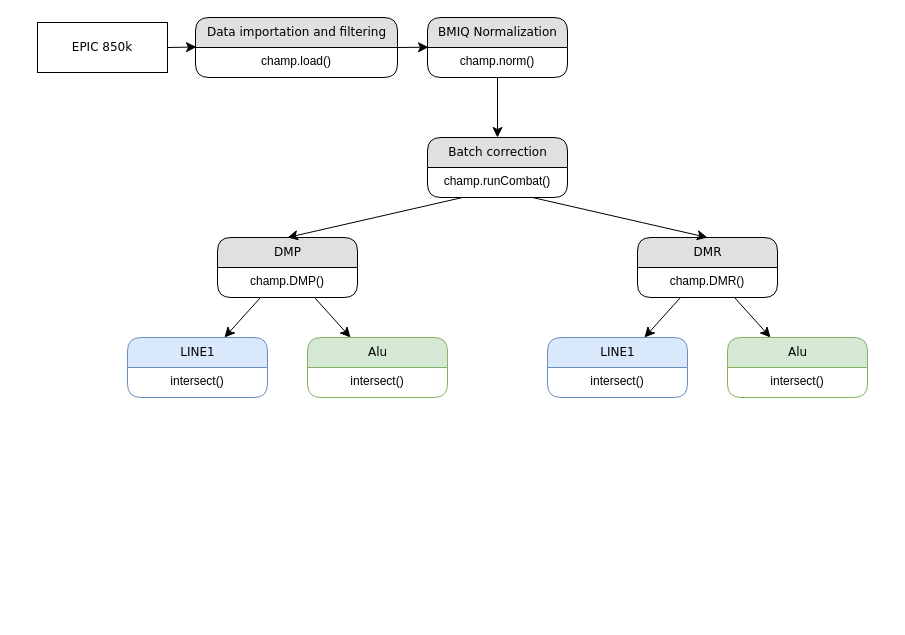
Earlier version of the draw.io diagram 未命名绘图.drawio (mwLuan/image_storage). Source tidied: cells renumbered, new cells numbered last; positions are measured from the earlier drawing's top-left corner, leaving out a move shared by most shapes. Both pictures are drawn from the tidied source at 100%, with x=0, y=0 at pixel (37, 17).
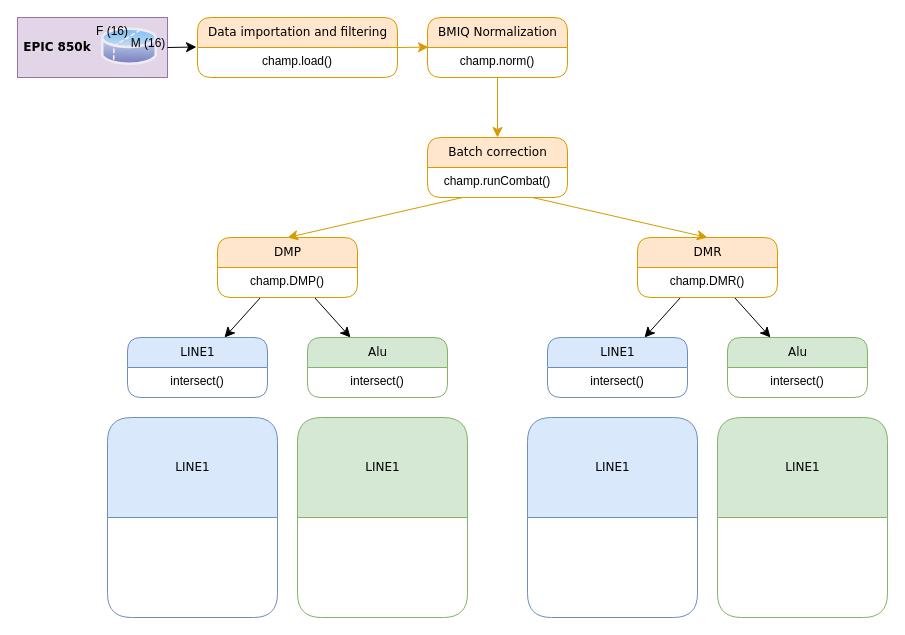
After the change.

Commit message:
更新未命名绘图.drawio

The change refers to these unchanged cells:
```xml
<mxCell id="10" value="LINE1" style="swimlane;html=1;fontStyle=0;horizontal=1;startSize=30;fillColor=#dae8fc;swimlaneFillColor=#ffffff;align=center;rounded=1;shadow=0;comic=0;labelBackgroundColor=none;strokeWidth=1;fontFamily=Verdana;fontSize=12;strokeColor=#6c8ebf;" parent="1" vertex="1">
  <mxGeometry x="90" y="320" width="140" height="60" as="geometry" />
</mxCell>
<mxCell id="16" value="Alu" style="swimlane;html=1;fontStyle=0;horizontal=1;startSize=30;fillColor=#d5e8d4;swimlaneFillColor=#ffffff;align=center;rounded=1;shadow=0;comic=0;labelBackgroundColor=none;strokeWidth=1;fontFamily=Verdana;fontSize=12;strokeColor=#82b366;" parent="1" vertex="1">
  <mxGeometry x="270" y="320" width="140" height="60" as="geometry" />
</mxCell>
<mxCell id="21" value="LINE1" style="swimlane;html=1;fontStyle=0;horizontal=1;startSize=30;fillColor=#dae8fc;swimlaneFillColor=#ffffff;align=center;rounded=1;shadow=0;comic=0;labelBackgroundColor=none;strokeWidth=1;fontFamily=Verdana;fontSize=12;strokeColor=#6c8ebf;" parent="1" vertex="1">
  <mxGeometry x="510" y="320" width="140" height="60" as="geometry" />
</mxCell>
<mxCell id="27" value="Alu" style="swimlane;html=1;fontStyle=0;horizontal=1;startSize=30;fillColor=#d5e8d4;swimlaneFillColor=#ffffff;align=center;rounded=1;shadow=0;comic=0;labelBackgroundColor=none;strokeWidth=1;fontFamily=Verdana;fontSize=12;strokeColor=#82b366;" parent="1" vertex="1">
  <mxGeometry x="690" y="320" width="140" height="60" as="geometry" />
</mxCell>
```

What changed in the source:
```diff
@@
-    <mxCell id="2" value="EPIC 850k" style="whiteSpace=wrap;html=1;rounded=0;shadow=0;comic=0;labelBackgroundColor=none;strokeWidth=1;fontFamily=Verdana;fontSize=12;align=center;" parent="1" vertex="1">
-      <mxGeometry y="5" width="130" height="50" as="geometry" />
+    <mxCell id="2" value="&lt;b&gt;&amp;nbsp;EPIC 850k&lt;/b&gt;" style="whiteSpace=wrap;html=1;rounded=0;shadow=0;comic=0;labelBackgroundColor=none;strokeWidth=1;fontFamily=Verdana;fontSize=12;align=left;fillColor=#e1d5e7;strokeColor=#9673a6;" parent="1" vertex="1">
+      <mxGeometry x="-20" width="150" height="60" as="geometry" />
     </mxCell>
-    <mxCell id="3" value="Data importation and filtering" style="swimlane;html=1;fontStyle=0;horizontal=1;startSize=30;fillColor=#e0e0e0;swimlaneFillColor=#ffffff;align=center;rounded=1;shadow=0;comic=0;labelBackgroundColor=none;strokeWidth=1;fontFamily=Verdana;fontSize=12;" parent="1" vertex="1">
-      <mxGeometry x="158" width="202" height="60" as="geometry" />
+    <mxCell id="3" value="Data importation and filtering" style="swimlane;html=1;fontStyle=0;horizontal=1;startSize=30;fillColor=#ffe6cc;swimlaneFillColor=#ffffff;align=center;rounded=1;shadow=0;comic=0;labelBackgroundColor=none;strokeWidth=1;fontFamily=Verdana;fontSize=12;strokeColor=#d79b00;" parent="1" vertex="1">
+      <mxGeometry x="160" width="200" height="60" as="geometry" />
     </mxCell>
-    <mxCell id="4" value="champ.load()" style="text;html=1;strokeColor=none;fillColor=none;spacingLeft=4;spacingRight=4;whiteSpace=wrap;overflow=hidden;align=center;" parent="3" vertex="1">
-      <mxGeometry y="30" width="202" height="28" as="geometry" />
+    <mxCell id="4" value="champ.load()" style="text;html=1;spacingLeft=4;spacingRight=4;whiteSpace=wrap;overflow=hidden;align=center;rounded=1;" parent="3" vertex="1">
+      <mxGeometry y="30" width="200" height="30" as="geometry" />
     </mxCell>
-    <mxCell id="5" style="edgeStyle=none;html=1;labelBackgroundColor=none;startFill=0;startSize=8;endFill=1;endSize=8;fontFamily=Verdana;fontSize=12;exitX=0.5;exitY=1;exitDx=0;exitDy=0;entryX=0.5;entryY=0;entryDx=0;entryDy=0;" parent="1" edge="1" source="6" target="8">
+    <mxCell id="5" style="edgeStyle=none;html=1;labelBackgroundColor=none;startFill=0;startSize=8;endFill=1;endSize=8;fontFamily=Verdana;fontSize=12;exitX=0.5;exitY=1;exitDx=0;exitDy=0;entryX=0.5;entryY=0;entryDx=0;entryDy=0;fillColor=#ffe6cc;strokeColor=#d79b00;" parent="1" edge="1" source="6" target="8">
       <mxGeometry relative="1" as="geometry" />
     </mxCell>
-    <mxCell id="6" value="BMIQ Normalization" style="swimlane;html=1;fontStyle=0;horizontal=1;startSize=30;fillColor=#e0e0e0;swimlaneFillColor=#ffffff;align=center;rounded=1;shadow=0;comic=0;labelBackgroundColor=none;strokeWidth=1;fontFamily=Verdana;fontSize=12;" parent="1" vertex="1">
+    <mxCell id="6" value="BMIQ Normalization" style="swimlane;html=1;fontStyle=0;horizontal=1;startSize=30;fillColor=#ffe6cc;swimlaneFillColor=#ffffff;align=center;rounded=1;shadow=0;comic=0;labelBackgroundColor=none;strokeWidth=1;fontFamily=Verdana;fontSize=12;strokeColor=#d79b00;" parent="1" vertex="1">
       <mxGeometry x="390" width="140" height="60" as="geometry" />
     </mxCell>
-    <mxCell id="7" value="champ.norm()" style="text;html=1;strokeColor=none;fillColor=none;spacingLeft=4;spacingRight=4;whiteSpace=wrap;overflow=hidden;points=[[0,0.5],[1,0.5]];portConstraint=eastwest;align=center;" parent="6" vertex="1">
-      <mxGeometry y="30" width="140" height="26" as="geometry" />
+    <mxCell id="7" value="champ.norm()" style="text;html=1;spacingLeft=4;spacingRight=4;whiteSpace=wrap;overflow=hidden;points=[[0,0.5],[1,0.5]];portConstraint=eastwest;align=center;rounded=1;" parent="6" vertex="1">
+      <mxGeometry y="30" width="140" height="30" as="geometry" />
     </mxCell>
-    <mxCell id="8" value="Batch correction" style="swimlane;html=1;fontStyle=0;horizontal=1;startSize=30;fillColor=#e0e0e0;swimlaneFillColor=#ffffff;align=center;rounded=1;shadow=0;comic=0;labelBackgroundColor=none;strokeWidth=1;fontFamily=Verdana;fontSize=12;" parent="1" vertex="1">
+    <mxCell id="8" value="Batch correction" style="swimlane;html=1;fontStyle=0;horizontal=1;startSize=30;fillColor=#ffe6cc;swimlaneFillColor=#ffffff;align=center;rounded=1;shadow=0;comic=0;labelBackgroundColor=none;strokeWidth=1;fontFamily=Verdana;fontSize=12;strokeColor=#d79b00;" parent="1" vertex="1">
       <mxGeometry x="390" y="120" width="140" height="60" as="geometry" />
     </mxCell>
-    <mxCell id="9" value="champ.runCombat()" style="text;html=1;strokeColor=none;fillColor=none;spacingLeft=4;spacingRight=4;whiteSpace=wrap;overflow=hidden;align=center;" parent="8" vertex="1">
-      <mxGeometry y="30" width="140" height="26" as="geometry" />
+    <mxCell id="9" value="champ.runCombat()" style="text;html=1;spacingLeft=4;spacingRight=4;whiteSpace=wrap;overflow=hidden;align=center;rounded=1;" parent="8" vertex="1">
+      <mxGeometry y="30" width="140" height="30" as="geometry" />
     </mxCell>
@@
     <mxCell id="11" value="intersect()" style="text;html=1;strokeColor=none;fillColor=none;spacingLeft=4;spacingRight=4;whiteSpace=wrap;overflow=hidden;align=center;" parent="10" vertex="1">
-      <mxGeometry y="30" width="140" height="26" as="geometry" />
+      <mxGeometry y="30" width="140" height="30" as="geometry" />
     </mxCell>
@@
-    <mxCell id="14" value="DMP" style="swimlane;html=1;fontStyle=0;horizontal=1;startSize=30;fillColor=#e0e0e0;swimlaneFillColor=#ffffff;align=center;rounded=1;shadow=0;comic=0;labelBackgroundColor=none;strokeWidth=1;fontFamily=Verdana;fontSize=12;" parent="1" vertex="1">
+    <mxCell id="14" value="DMP" style="swimlane;html=1;fontStyle=0;horizontal=1;startSize=30;fillColor=#ffe6cc;swimlaneFillColor=#ffffff;align=center;rounded=1;shadow=0;comic=0;labelBackgroundColor=none;strokeWidth=1;fontFamily=Verdana;fontSize=12;strokeColor=#d79b00;" parent="1" vertex="1">
       <mxGeometry x="180" y="220" width="140" height="60" as="geometry" />
     </mxCell>
-    <mxCell id="15" value="champ.DMP()" style="text;html=1;strokeColor=none;fillColor=none;spacingLeft=4;spacingRight=4;whiteSpace=wrap;overflow=hidden;align=center;" parent="14" vertex="1">
-      <mxGeometry y="30" width="140" height="26" as="geometry" />
+    <mxCell id="15" value="champ.DMP()" style="text;html=1;spacingLeft=4;spacingRight=4;whiteSpace=wrap;overflow=hidden;align=center;rounded=1;" parent="14" vertex="1">
+      <mxGeometry y="30" width="140" height="30" as="geometry" />
     </mxCell>
@@
     <mxCell id="17" value="intersect()" style="text;html=1;strokeColor=none;fillColor=none;spacingLeft=4;spacingRight=4;whiteSpace=wrap;overflow=hidden;align=center;" parent="16" vertex="1">
-      <mxGeometry y="30" width="140" height="26" as="geometry" />
+      <mxGeometry y="30" width="140" height="30" as="geometry" />
     </mxCell>
-    <mxCell id="18" style="edgeStyle=none;html=1;labelBackgroundColor=none;startFill=0;startSize=8;endFill=1;endSize=8;fontFamily=Verdana;fontSize=12;exitX=0.25;exitY=1;exitDx=0;exitDy=0;entryX=0.5;entryY=0;entryDx=0;entryDy=0;" parent="1" edge="1" source="8" target="14">
+    <mxCell id="18" style="edgeStyle=none;html=1;labelBackgroundColor=none;startFill=0;startSize=8;endFill=1;endSize=8;fontFamily=Verdana;fontSize=12;exitX=0.25;exitY=1;exitDx=0;exitDy=0;entryX=0.5;entryY=0;entryDx=0;entryDy=0;fillColor=#ffe6cc;strokeColor=#d79b00;" parent="1" edge="1" source="8" target="14">
       <mxGeometry relative="1" as="geometry" />
     </mxCell>
-    <mxCell id="19" style="edgeStyle=none;html=1;labelBackgroundColor=none;startFill=0;startSize=8;endFill=1;endSize=8;fontFamily=Verdana;fontSize=12;entryX=0.007;entryY=-0.012;entryDx=0;entryDy=0;entryPerimeter=0;" parent="1" edge="1" target="7">
+    <mxCell id="19" style="edgeStyle=none;html=1;labelBackgroundColor=none;startFill=0;startSize=8;endFill=1;endSize=8;fontFamily=Verdana;fontSize=12;entryX=0.007;entryY=-0.012;entryDx=0;entryDy=0;entryPerimeter=0;fillColor=#ffe6cc;strokeColor=#d79b00;" parent="1" edge="1" target="7">
       <mxGeometry relative="1" as="geometry">
         <mxPoint x="360" y="30" as="sourcePoint" />
       </mxGeometry>
     </mxCell>
@@
     <mxCell id="22" value="intersect()" style="text;html=1;strokeColor=none;fillColor=none;spacingLeft=4;spacingRight=4;whiteSpace=wrap;overflow=hidden;align=center;" parent="21" vertex="1">
-      <mxGeometry y="30" width="140" height="26" as="geometry" />
+      <mxGeometry y="30" width="140" height="30" as="geometry" />
     </mxCell>
@@
-    <mxCell id="25" value="DMR" style="swimlane;html=1;fontStyle=0;horizontal=1;startSize=30;fillColor=#e0e0e0;swimlaneFillColor=#ffffff;align=center;rounded=1;shadow=0;comic=0;labelBackgroundColor=none;strokeWidth=1;fontFamily=Verdana;fontSize=12;" parent="1" vertex="1">
+    <mxCell id="25" value="DMR" style="swimlane;html=1;fontStyle=0;horizontal=1;startSize=30;fillColor=#ffe6cc;swimlaneFillColor=#ffffff;align=center;rounded=1;shadow=0;comic=0;labelBackgroundColor=none;strokeWidth=1;fontFamily=Verdana;fontSize=12;strokeColor=#d79b00;" parent="1" vertex="1">
       <mxGeometry x="600" y="220" width="140" height="60" as="geometry" />
     </mxCell>
-    <mxCell id="26" value="champ.DMR()" style="text;html=1;strokeColor=none;fillColor=none;spacingLeft=4;spacingRight=4;whiteSpace=wrap;overflow=hidden;align=center;" parent="25" vertex="1">
-      <mxGeometry y="30" width="140" height="26" as="geometry" />
+    <mxCell id="26" value="champ.DMR()" style="text;html=1;spacingLeft=4;spacingRight=4;whiteSpace=wrap;overflow=hidden;align=center;rounded=1;" parent="25" vertex="1">
+      <mxGeometry y="30" width="140" height="30" as="geometry" />
     </mxCell>
@@
     <mxCell id="28" value="intersect()" style="text;html=1;strokeColor=none;fillColor=none;spacingLeft=4;spacingRight=4;whiteSpace=wrap;overflow=hidden;align=center;" parent="27" vertex="1">
-      <mxGeometry y="30" width="140" height="26" as="geometry" />
+      <mxGeometry y="30" width="140" height="30" as="geometry" />
     </mxCell>
-    <mxCell id="29" style="edgeStyle=none;html=1;labelBackgroundColor=none;startFill=0;startSize=8;endFill=1;endSize=8;fontFamily=Verdana;fontSize=12;entryX=0.5;entryY=0;entryDx=0;entryDy=0;exitX=0.75;exitY=1;exitDx=0;exitDy=0;" parent="1" edge="1" source="8" target="25">
+    <mxCell id="29" style="edgeStyle=none;html=1;labelBackgroundColor=none;startFill=0;startSize=8;endFill=1;endSize=8;fontFamily=Verdana;fontSize=12;entryX=0.5;entryY=0;entryDx=0;entryDy=0;exitX=0.75;exitY=1;exitDx=0;exitDy=0;fillColor=#ffe6cc;strokeColor=#d79b00;" parent="1" edge="1" source="8" target="25">
       <mxGeometry relative="1" as="geometry" />
     </mxCell>
+    <mxCell id="30" value="LINE1" style="swimlane;html=1;fontStyle=0;horizontal=1;startSize=100;fillColor=#dae8fc;swimlaneFillColor=#ffffff;align=center;rounded=1;shadow=0;comic=0;labelBackgroundColor=none;strokeWidth=1;fontFamily=Verdana;fontSize=12;strokeColor=#6c8ebf;arcSize=8;" parent="1" vertex="1">
+      <mxGeometry x="70" y="400" width="170" height="200" as="geometry" />
+    </mxCell>
+    <mxCell id="31" value="LINE1" style="swimlane;html=1;fontStyle=0;horizontal=1;startSize=100;fillColor=#d5e8d4;swimlaneFillColor=#ffffff;align=center;rounded=1;shadow=0;comic=0;labelBackgroundColor=none;strokeWidth=1;fontFamily=Verdana;fontSize=12;strokeColor=#82b366;arcSize=8;" parent="1" vertex="1">
+      <mxGeometry x="260" y="400" width="170" height="200" as="geometry" />
+    </mxCell>
+    <mxCell id="32" value="LINE1" style="swimlane;html=1;fontStyle=0;horizontal=1;startSize=100;fillColor=#dae8fc;swimlaneFillColor=#ffffff;align=center;rounded=1;shadow=0;comic=0;labelBackgroundColor=none;strokeWidth=1;fontFamily=Verdana;fontSize=12;strokeColor=#6c8ebf;arcSize=8;" parent="1" vertex="1">
+      <mxGeometry x="490" y="400" width="170" height="200" as="geometry" />
+    </mxCell>
+    <mxCell id="33" value="LINE1" style="swimlane;html=1;fontStyle=0;horizontal=1;startSize=100;fillColor=#d5e8d4;swimlaneFillColor=#ffffff;align=center;rounded=1;shadow=0;comic=0;labelBackgroundColor=none;strokeWidth=1;fontFamily=Verdana;fontSize=12;strokeColor=#82b366;arcSize=8;" parent="1" vertex="1">
+      <mxGeometry x="680" y="400" width="170" height="200" as="geometry" />
+    </mxCell>
+    <mxCell id="34" style="image;perimeter=ellipsePerimeter;html=1;align=center;shadow=0;dashed=0;spacingTop=3;image=img/lib/active_directory/database_partition_2.svg;verticalAlign=middle;rotation=0;opacity=50;" parent="1" vertex="1">
+      <mxGeometry x="64" y="8.5" width="56" height="41.5" as="geometry" />
+    </mxCell>
+    <mxCell id="35" value="F (16)" style="text;html=1;spacingLeft=4;spacingRight=4;whiteSpace=wrap;overflow=hidden;align=center;rounded=1;direction=west;" parent="1" vertex="1">
+      <mxGeometry x="50" width="50" height="20" as="geometry" />
+    </mxCell>
+    <mxCell id="36" value="M (16)" style="text;html=1;spacingLeft=4;spacingRight=4;whiteSpace=wrap;overflow=hidden;align=center;rounded=1;direction=west;" parent="1" vertex="1">
+      <mxGeometry x="86" y="11.5" width="50" height="20" as="geometry" />
+    </mxCell>
```
